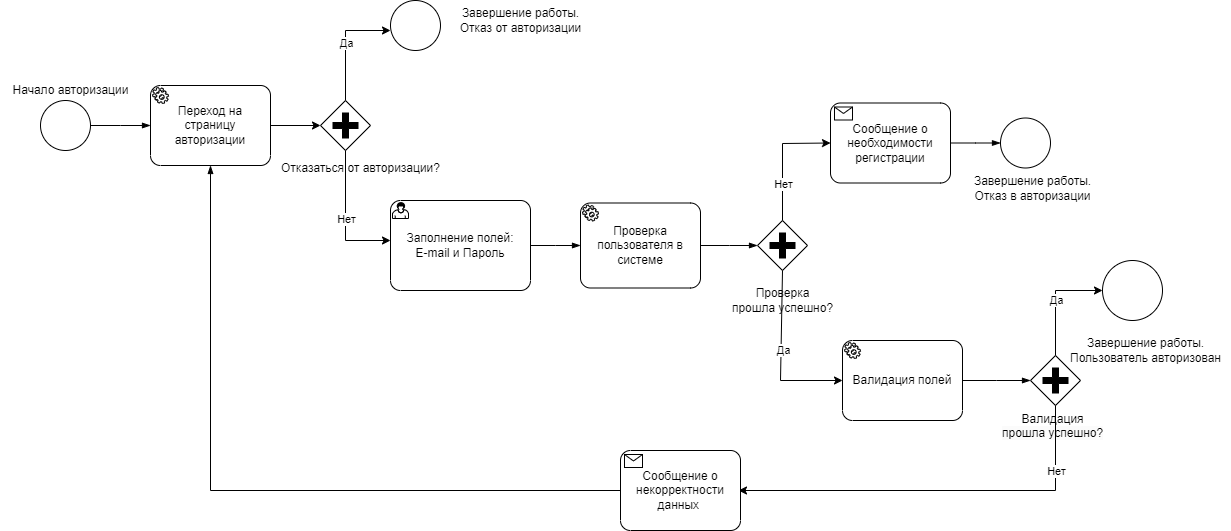
The draw.io diagram images/authorization.png in DibrovDru/Architecture.1, before a commit. Source tidied: cells renumbered, new cells last; positions are measured from the earlier drawing's top-left corner, leaving out a move shared by most shapes.
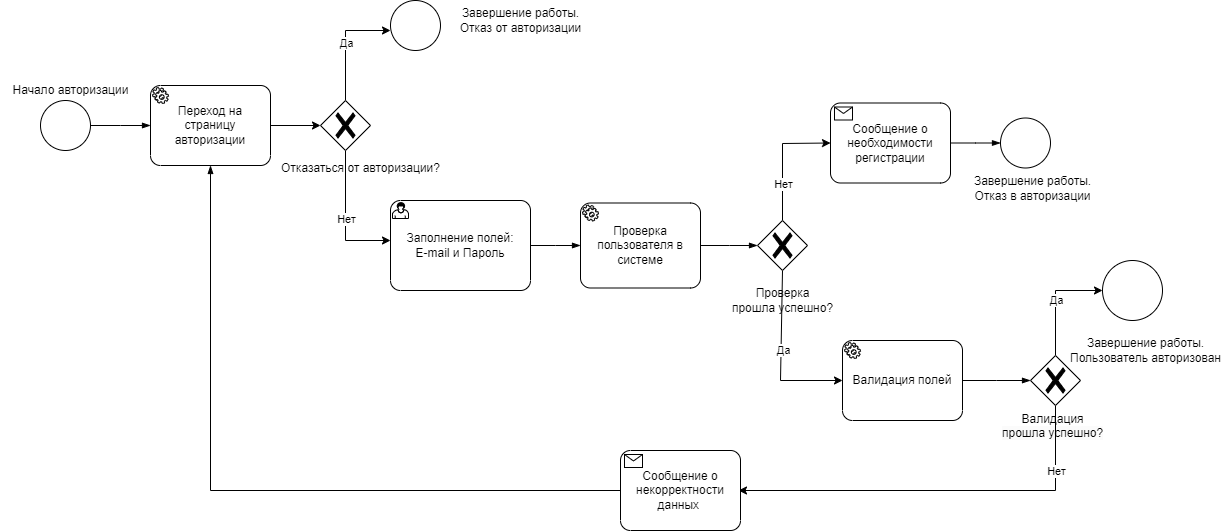
The same diagram one commit later.

The edit, as a diff of the source:
```diff
@@ -8,8 +8,10 @@
     <mxCell id="3" value="Начало авторизации" style="text;html=1;align=center;verticalAlign=middle;strokeColor=none;fillColor=none;" parent="1" vertex="1">
       <mxGeometry y="75" width="140" height="30" as="geometry" />
     </mxCell>
-    <mxCell id="4" style="edgeStyle=orthogonalEdgeStyle;rounded=0;jettySize=auto;html=1;" parent="1" edge="1" source="5" target="7">
-      <mxGeometry relative="1" as="geometry" />
+    <mxCell id="4" style="edgeStyle=orthogonalEdgeStyle;rounded=0;jettySize=auto;html=1;" parent="1" edge="1" source="5">
+      <mxGeometry relative="1" as="geometry">
+        <mxPoint x="320" y="125" as="targetPoint" />
+      </mxGeometry>
     </mxCell>
     <mxCell id="5" value="Переход на страницу авторизации" style="points=[[0.25,0,0],[0.5,0,0],[0.75,0,0],[1,0.25,0],[1,0.5,0],[1,0.75,0],[0.75,1,0],[0.5,1,0],[0.25,1,0],[0,0.75,0],[0,0.5,0],[0,0.25,0]];shape=mxgraph.bpmn.task;whiteSpace=wrap;rectStyle=rounded;size=10;html=1;taskMarker=service;" parent="1" vertex="1">
       <mxGeometry x="150" y="85" width="120" height="80" as="geometry" />
@@ -17,14 +19,12 @@
     <mxCell id="6" style="edgeStyle=elbowEdgeStyle;fontSize=12;html=1;endArrow=blockThin;endFill=1;rounded=0;exitX=1;exitY=0.5;exitDx=0;exitDy=0;exitPerimeter=0;entryX=0;entryY=0.5;entryDx=0;entryDy=0;entryPerimeter=0;" parent="1" edge="1" source="2" target="5">
       <mxGeometry relative="1" as="geometry" />
     </mxCell>
-    <mxCell id="7" style="points=[[0.25,0.25,0],[0.5,0,0],[0.75,0.25,0],[1,0.5,0],[0.75,0.75,0],[0.5,1,0],[0.25,0.75,0],[0,0.5,0]];shape=mxgraph.bpmn.gateway2;html=1;verticalLabelPosition=bottom;labelBackgroundColor=#ffffff;verticalAlign=top;align=center;perimeter=rhombusPerimeter;outlineConnect=0;outline=none;symbol=none;gwType=parallel;" parent="1" vertex="1">
-      <mxGeometry x="320" y="100" width="50" height="50" as="geometry" />
-    </mxCell>
     <mxCell id="8" value="Отказаться от авторизации?" style="text;html=1;align=center;verticalAlign=middle;strokeColor=none;fillColor=none;" parent="1" vertex="1">
       <mxGeometry x="270" y="152.5" width="180" height="30" as="geometry" />
     </mxCell>
-    <mxCell id="9" style="endArrow=classic;html=1;rounded=0;exitX=0.5;exitY=1;exitDx=0;exitDy=0;exitPerimeter=0;" parent="1" edge="1" source="7">
+    <mxCell id="9" style="endArrow=classic;html=1;rounded=0;exitX=0.5;exitY=1;exitDx=0;exitDy=0;exitPerimeter=0;" parent="1" edge="1">
       <mxGeometry relative="1" as="geometry">
+        <mxPoint x="345" y="150" as="sourcePoint" />
         <mxPoint x="390" y="240" as="targetPoint" />
         <Array as="points">
           <mxPoint x="345" y="240" />
@@ -34,8 +34,9 @@
     <mxCell id="10" value="Нет" style="edgeLabel;html=1;align=center;verticalAlign=middle;" parent="9" vertex="1">
       <mxGeometry relative="1" as="geometry" />
     </mxCell>
-    <mxCell id="11" style="endArrow=classic;html=1;rounded=0;exitX=0.5;exitY=0;exitDx=0;exitDy=0;exitPerimeter=0;" parent="1" edge="1" source="7">
+    <mxCell id="11" style="endArrow=classic;html=1;rounded=0;exitX=0.5;exitY=0;exitDx=0;exitDy=0;exitPerimeter=0;" parent="1" edge="1">
       <mxGeometry relative="1" as="geometry">
+        <mxPoint x="345" y="100" as="sourcePoint" />
         <mxPoint x="390" y="30" as="targetPoint" />
         <Array as="points">
           <mxPoint x="345" y="30" />
@@ -60,17 +61,17 @@
     <mxCell id="17" style="edgeStyle=elbowEdgeStyle;fontSize=12;html=1;endArrow=blockThin;endFill=1;rounded=0;exitX=1;exitY=0.5;exitDx=0;exitDy=0;exitPerimeter=0;entryX=0;entryY=0.5;entryDx=0;entryDy=0;entryPerimeter=0;" parent="1" edge="1" source="15" target="16">
       <mxGeometry relative="1" as="geometry" />
     </mxCell>
-    <mxCell id="18" style="points=[[0.25,0.25,0],[0.5,0,0],[0.75,0.25,0],[1,0.5,0],[0.75,0.75,0],[0.5,1,0],[0.25,0.75,0],[0,0.5,0]];shape=mxgraph.bpmn.gateway2;html=1;verticalLabelPosition=bottom;labelBackgroundColor=#ffffff;verticalAlign=top;align=center;perimeter=rhombusPerimeter;outlineConnect=0;outline=none;symbol=none;gwType=parallel;" parent="1" vertex="1">
-      <mxGeometry x="757" y="220" width="50" height="50" as="geometry" />
-    </mxCell>
-    <mxCell id="19" style="edgeStyle=elbowEdgeStyle;fontSize=12;html=1;endArrow=blockThin;endFill=1;rounded=0;exitX=1;exitY=0.5;exitDx=0;exitDy=0;exitPerimeter=0;entryX=0;entryY=0.5;entryDx=0;entryDy=0;entryPerimeter=0;" parent="1" edge="1" source="16" target="18">
-      <mxGeometry relative="1" as="geometry" />
+    <mxCell id="19" style="edgeStyle=elbowEdgeStyle;fontSize=12;html=1;endArrow=blockThin;endFill=1;rounded=0;exitX=1;exitY=0.5;exitDx=0;exitDy=0;exitPerimeter=0;entryX=0;entryY=0.5;entryDx=0;entryDy=0;entryPerimeter=0;" parent="1" edge="1" source="16">
+      <mxGeometry relative="1" as="geometry">
+        <mxPoint x="757" y="245" as="targetPoint" />
+      </mxGeometry>
     </mxCell>
     <mxCell id="20" value="Проверка&lt;br style=&quot;border-color: var(--border-color);&quot;&gt;прошла успешно?" style="text;html=1;align=center;verticalAlign=middle;strokeColor=none;fillColor=none;" parent="1" vertex="1">
       <mxGeometry x="722" y="280" width="120" height="40" as="geometry" />
     </mxCell>
-    <mxCell id="21" style="endArrow=classic;html=1;rounded=0;exitX=0.5;exitY=1;exitDx=0;exitDy=0;exitPerimeter=0;entryX=0;entryY=0.5;entryDx=0;entryDy=0;entryPerimeter=0;" parent="1" edge="1" source="18" target="28">
+    <mxCell id="21" style="endArrow=classic;html=1;rounded=0;exitX=0.5;exitY=1;exitDx=0;exitDy=0;exitPerimeter=0;entryX=0;entryY=0.5;entryDx=0;entryDy=0;entryPerimeter=0;" parent="1" edge="1" target="28">
       <mxGeometry relative="1" as="geometry">
+        <mxPoint x="782" y="270" as="sourcePoint" />
         <Array as="points">
           <mxPoint x="780" y="380" />
         </Array>
@@ -84,8 +85,9 @@
     <mxCell id="23" value="Сообщение о необходимости регистрации" style="points=[[0.25,0,0],[0.5,0,0],[0.75,0,0],[1,0.25,0],[1,0.5,0],[1,0.75,0],[0.75,1,0],[0.5,1,0],[0.25,1,0],[0,0.75,0],[0,0.5,0],[0,0.25,0]];shape=mxgraph.bpmn.task;whiteSpace=wrap;rectStyle=rounded;size=10;html=1;taskMarker=receive;" parent="1" vertex="1">
       <mxGeometry x="830" y="102.5" width="120" height="80" as="geometry" />
     </mxCell>
-    <mxCell id="24" style="endArrow=classic;html=1;rounded=0;exitX=0.5;exitY=0;exitDx=0;exitDy=0;exitPerimeter=0;entryX=0;entryY=0.5;entryDx=0;entryDy=0;entryPerimeter=0;" parent="1" edge="1" source="18" target="23">
+    <mxCell id="24" style="endArrow=classic;html=1;rounded=0;exitX=0.5;exitY=0;exitDx=0;exitDy=0;exitPerimeter=0;entryX=0;entryY=0.5;entryDx=0;entryDy=0;entryPerimeter=0;" parent="1" edge="1" target="23">
       <mxGeometry relative="1" as="geometry">
+        <mxPoint x="782" y="220" as="sourcePoint" />
         <Array as="points">
           <mxPoint x="782" y="143" />
         </Array>
@@ -105,14 +107,12 @@
     <mxCell id="28" value="Валидация полей" style="points=[[0.25,0,0],[0.5,0,0],[0.75,0,0],[1,0.25,0],[1,0.5,0],[1,0.75,0],[0.75,1,0],[0.5,1,0],[0.25,1,0],[0,0.75,0],[0,0.5,0],[0,0.25,0]];shape=mxgraph.bpmn.task;whiteSpace=wrap;rectStyle=rounded;size=10;html=1;taskMarker=service;" parent="1" vertex="1">
       <mxGeometry x="842" y="340" width="120" height="80" as="geometry" />
     </mxCell>
-    <mxCell id="29" style="points=[[0.25,0.25,0],[0.5,0,0],[0.75,0.25,0],[1,0.5,0],[0.75,0.75,0],[0.5,1,0],[0.25,0.75,0],[0,0.5,0]];shape=mxgraph.bpmn.gateway2;html=1;verticalLabelPosition=bottom;labelBackgroundColor=#ffffff;verticalAlign=top;align=center;perimeter=rhombusPerimeter;outlineConnect=0;outline=none;symbol=none;gwType=parallel;" parent="1" vertex="1">
-      <mxGeometry x="1030" y="355" width="50" height="50" as="geometry" />
-    </mxCell>
     <mxCell id="30" value="&lt;div style=&quot;text-align: center;&quot;&gt;&lt;span style=&quot;background-color: initial;&quot;&gt;Валидация&lt;/span&gt;&lt;/div&gt;&lt;span style=&quot;color: rgb(0, 0, 0); font-family: Helvetica; font-size: 12px; font-style: normal; font-variant-ligatures: normal; font-variant-caps: normal; font-weight: 400; letter-spacing: normal; orphans: 2; text-align: center; text-indent: 0px; text-transform: none; widows: 2; word-spacing: 0px; -webkit-text-stroke-width: 0px; background-color: rgb(251, 251, 251); text-decoration-thickness: initial; text-decoration-style: initial; text-decoration-color: initial; float: none; display: inline !important;&quot;&gt;прошла успешно?&lt;/span&gt;" style="text;whiteSpace=wrap;html=1;" parent="1" vertex="1">
       <mxGeometry x="1000" y="405" width="130" height="50" as="geometry" />
     </mxCell>
-    <mxCell id="31" style="endArrow=classic;html=1;rounded=0;exitX=0.5;exitY=0;exitDx=0;exitDy=0;exitPerimeter=0;entryX=0;entryY=0.5;entryDx=0;entryDy=0;entryPerimeter=0;" parent="1" edge="1" source="29" target="26">
+    <mxCell id="31" style="endArrow=classic;html=1;rounded=0;exitX=0.5;exitY=0;exitDx=0;exitDy=0;exitPerimeter=0;entryX=0;entryY=0.5;entryDx=0;entryDy=0;entryPerimeter=0;" parent="1" edge="1" target="26">
       <mxGeometry relative="1" as="geometry">
+        <mxPoint x="1055" y="355" as="sourcePoint" />
         <Array as="points">
           <mxPoint x="1055" y="290" />
         </Array>
@@ -121,11 +121,14 @@
     <mxCell id="32" value="Да" style="edgeLabel;html=1;align=center;verticalAlign=middle;" parent="31" vertex="1">
       <mxGeometry relative="1" as="geometry" />
     </mxCell>
-    <mxCell id="33" style="edgeStyle=elbowEdgeStyle;fontSize=12;html=1;endArrow=blockThin;endFill=1;rounded=0;exitX=1;exitY=0.5;exitDx=0;exitDy=0;exitPerimeter=0;entryX=0;entryY=0.5;entryDx=0;entryDy=0;entryPerimeter=0;" parent="1" edge="1" source="28" target="29">
-      <mxGeometry relative="1" as="geometry" />
+    <mxCell id="33" style="edgeStyle=elbowEdgeStyle;fontSize=12;html=1;endArrow=blockThin;endFill=1;rounded=0;exitX=1;exitY=0.5;exitDx=0;exitDy=0;exitPerimeter=0;entryX=0;entryY=0.5;entryDx=0;entryDy=0;entryPerimeter=0;" parent="1" edge="1" source="28">
+      <mxGeometry relative="1" as="geometry">
+        <mxPoint x="1030" y="380" as="targetPoint" />
+      </mxGeometry>
     </mxCell>
-    <mxCell id="34" style="endArrow=classic;html=1;rounded=0;exitX=0.5;exitY=1;exitDx=0;exitDy=0;exitPerimeter=0;" parent="1" edge="1" source="29">
+    <mxCell id="34" style="endArrow=classic;html=1;rounded=0;exitX=0.5;exitY=1;exitDx=0;exitDy=0;exitPerimeter=0;" parent="1" edge="1">
       <mxGeometry relative="1" as="geometry">
+        <mxPoint x="1055" y="405" as="sourcePoint" />
         <mxPoint x="738" y="490" as="targetPoint" />
         <Array as="points">
           <mxPoint x="1055" y="490" />
@@ -156,5 +159,14 @@
         </Array>
       </mxGeometry>
     </mxCell>
+    <mxCell id="41" style="shape=mxgraph.bpmn.gateway2;html=1;verticalLabelPosition=bottom;labelBackgroundColor=#ffffff;verticalAlign=top;align=center;perimeter=rhombusPerimeter;outline=none;symbol=none;gwType=exclusive;" parent="1" vertex="1">
+      <mxGeometry x="320" y="100" width="50" height="50" as="geometry" />
+    </mxCell>
+    <mxCell id="42" style="shape=mxgraph.bpmn.gateway2;html=1;verticalLabelPosition=bottom;labelBackgroundColor=#ffffff;verticalAlign=top;align=center;perimeter=rhombusPerimeter;outline=none;symbol=none;gwType=exclusive;" parent="1" vertex="1">
+      <mxGeometry x="757" y="220" width="50" height="50" as="geometry" />
+    </mxCell>
+    <mxCell id="43" style="shape=mxgraph.bpmn.gateway2;html=1;verticalLabelPosition=bottom;labelBackgroundColor=#ffffff;verticalAlign=top;align=center;perimeter=rhombusPerimeter;outline=none;symbol=none;gwType=exclusive;" parent="1" vertex="1">
+      <mxGeometry x="1030" y="355" width="50" height="50" as="geometry" />
+    </mxCell>
   </root>
 </mxGraphModel>
```
